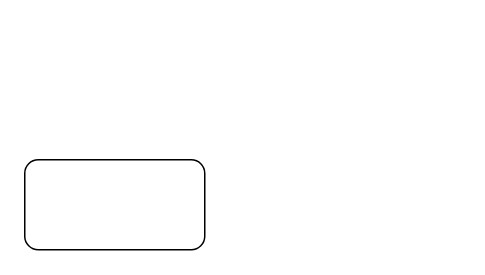
This is Untitled Diagram.drawio from Hansedison02/Hansedison02, a draw.io file, before an edit. Source tidied: cells renumbered, new cells numbered last; positions are measured from the earlier drawing's top-left corner, leaving out a move shared by most shapes. Both pictures are drawn from the tidied source at 150%, with x=0, y=0 at pixel (24, 159).
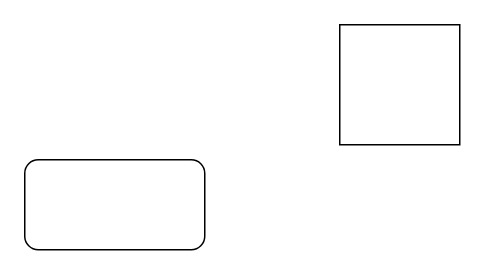
The same page after the edit.

Change to the diagram source:
```diff
@@
 <mxGraphModel>
   <root>
     <mxCell id="0" />
     <mxCell id="1" parent="0" />
     <mxCell id="2" style="rounded=1;whiteSpace=wrap;html=1;" parent="1" vertex="1">
       <mxGeometry width="120" height="60" as="geometry" />
     </mxCell>
+    <mxCell id="3" style="whiteSpace=wrap;html=1;" parent="1" vertex="1">
+      <mxGeometry x="210" y="-90" width="80" height="80" as="geometry" />
+    </mxCell>
   </root>
 </mxGraphModel>
```
